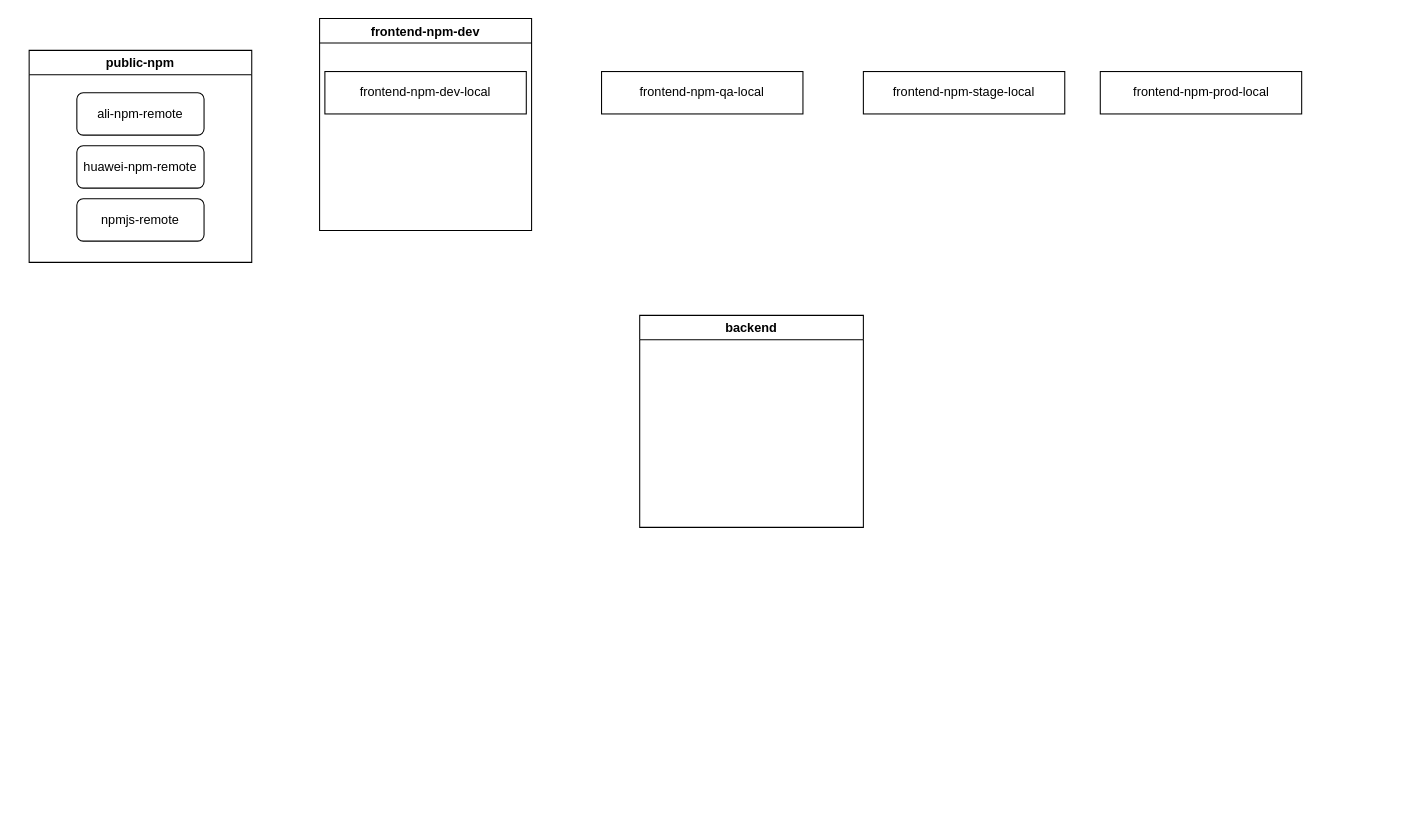
Above: 未命名绘图.drawio in PanC123/hello (draw.io), before the change. Source tidied: cells renumbered, new cells numbered last; positions are measured from the earlier drawing's top-left corner, leaving out a move shared by most shapes. Both pictures are drawn from the tidied source at 106%, with x=0, y=0 at pixel (29, 18).
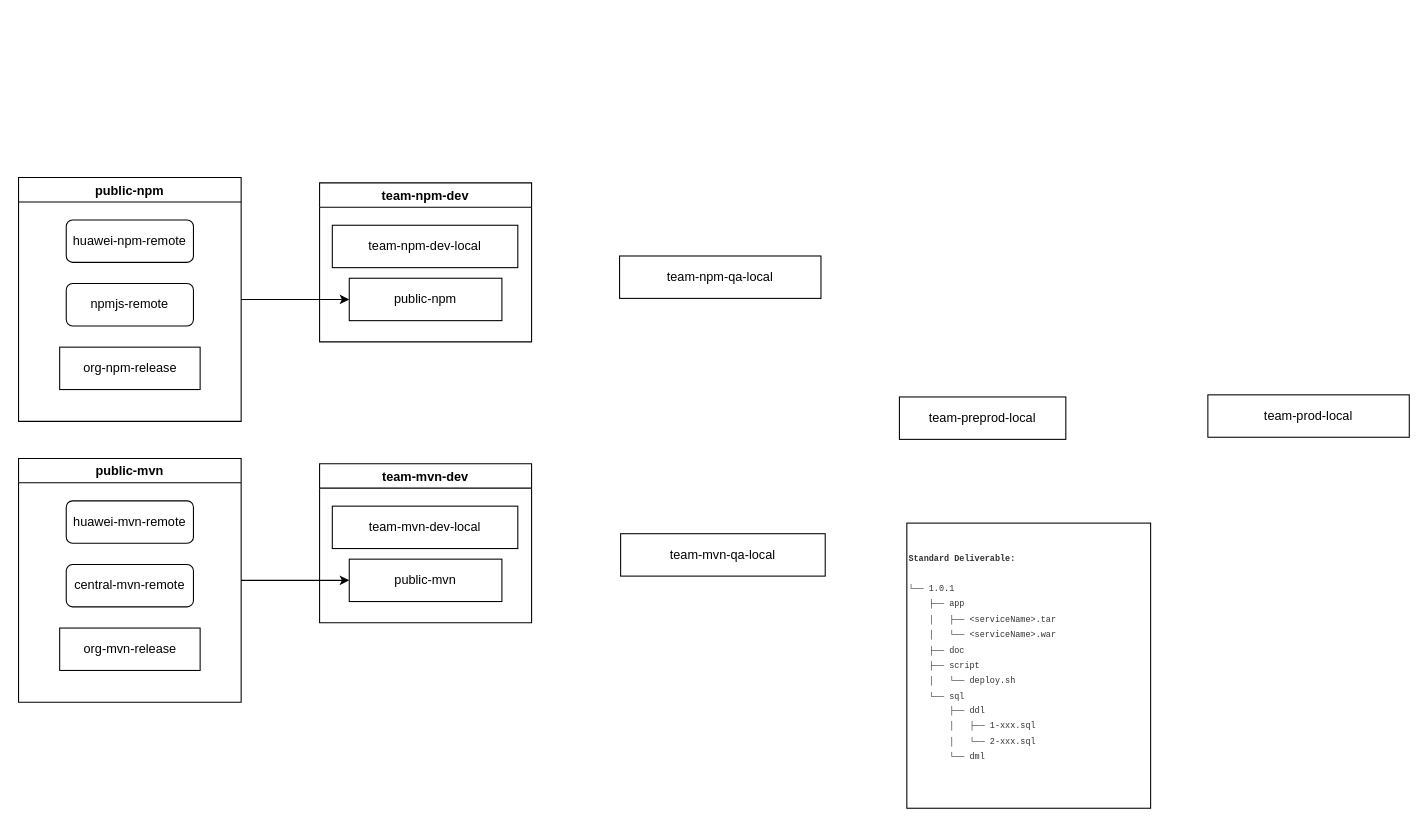
The same diagram, later.

Commit message:
更新未命名绘图.drawio

What changed in the source:
```diff
@@
-    <mxCell id="2" value="backend" style="swimlane;" parent="1" vertex="1">
-      <mxGeometry x="576" y="280" width="211" height="200" as="geometry" />
-    </mxCell>
-    <mxCell id="3" value="frontend-npm-dev" style="swimlane;" parent="1" vertex="1">
-      <mxGeometry x="274" width="200" height="200" as="geometry" />
+    <mxCell id="3" value="team-npm-dev" style="swimlane;" parent="1" vertex="1">
+      <mxGeometry x="274" y="155" width="200" height="150" as="geometry" />
     </mxCell>
-    <mxCell id="4" value="frontend-npm-dev-local" style="whiteSpace=wrap;html=1;" parent="3" vertex="1">
-      <mxGeometry x="5" y="50" width="190" height="40" as="geometry" />
+    <mxCell id="4" value="team-npm-dev-local" style="whiteSpace=wrap;html=1;" parent="3" vertex="1">
+      <mxGeometry x="12" y="40" width="175" height="40" as="geometry" />
     </mxCell>
+    <mxCell id="12" value="public-npm" style="whiteSpace=wrap;html=1;" parent="3" vertex="1">
+      <mxGeometry x="28" y="90" width="144" height="40" as="geometry" />
+    </mxCell>
+    <mxCell id="13" style="edgeStyle=orthogonalEdgeStyle;rounded=0;jettySize=auto;html=1;exitX=1;exitY=0.5;exitDx=0;exitDy=0;entryX=0;entryY=0.5;entryDx=0;entryDy=0;" parent="1" edge="1" source="5" target="12">
+      <mxGeometry relative="1" as="geometry" />
+    </mxCell>
     <mxCell id="5" value="public-npm" style="swimlane;startSize=23;" parent="1" vertex="1">
-      <mxGeometry y="30" width="210" height="200" as="geometry" />
+      <mxGeometry x="-10" y="150" width="210" height="230" as="geometry" />
     </mxCell>
-    <mxCell id="6" value="ali-npm-remote" style="rounded=1;whiteSpace=wrap;html=1;" parent="5" vertex="1">
-      <mxGeometry x="45" y="40" width="120" height="40" as="geometry" />
-    </mxCell>
     <mxCell id="7" value="huawei-npm-remote" style="rounded=1;whiteSpace=wrap;html=1;" parent="5" vertex="1">
-      <mxGeometry x="45" y="90" width="120" height="40" as="geometry" />
+      <mxGeometry x="45" y="40" width="120" height="40" as="geometry" />
     </mxCell>
     <mxCell id="8" value="npmjs-remote" style="rounded=1;whiteSpace=wrap;html=1;" parent="5" vertex="1">
-      <mxGeometry x="45" y="140" width="120" height="40" as="geometry" />
+      <mxGeometry x="45" y="100" width="120" height="40" as="geometry" />
     </mxCell>
-    <mxCell id="9" value="frontend-npm-qa-local" style="whiteSpace=wrap;html=1;" parent="1" vertex="1">
-      <mxGeometry x="540" y="50" width="190" height="40" as="geometry" />
-    </mxCell>
-    <mxCell id="10" value="frontend-npm-stage-local" style="whiteSpace=wrap;html=1;" parent="1" vertex="1">
-      <mxGeometry x="787" y="50" width="190" height="40" as="geometry" />
-    </mxCell>
-    <mxCell id="11" value="frontend-npm-prod-local" style="whiteSpace=wrap;html=1;" parent="1" vertex="1">
-      <mxGeometry x="1010.5" y="50" width="190" height="40" as="geometry" />
-    </mxCell>
+    <mxCell id="14" value="org-npm-release" style="whiteSpace=wrap;html=1;" parent="5" vertex="1">
+      <mxGeometry x="38.8" y="160" width="132.5" height="40" as="geometry" />
+    </mxCell>
+    <mxCell id="15" value="team-mvn-dev" style="swimlane;startSize=23;" parent="1" vertex="1">
+      <mxGeometry x="274" y="420" width="200" height="150" as="geometry" />
+    </mxCell>
+    <mxCell id="16" value="team-mvn-dev-local" style="whiteSpace=wrap;html=1;" parent="15" vertex="1">
+      <mxGeometry x="12" y="40" width="175" height="40" as="geometry" />
+    </mxCell>
+    <mxCell id="17" value="public-mvn" style="whiteSpace=wrap;html=1;" parent="15" vertex="1">
+      <mxGeometry x="28" y="90" width="144" height="40" as="geometry" />
+    </mxCell>
+    <mxCell id="18" style="edgeStyle=orthogonalEdgeStyle;rounded=0;jettySize=auto;html=1;exitX=1;exitY=0.5;exitDx=0;exitDy=0;entryX=0;entryY=0.5;entryDx=0;entryDy=0;" parent="1" edge="1" source="19" target="17">
+      <mxGeometry relative="1" as="geometry" />
+    </mxCell>
+    <mxCell id="19" value="public-mvn" style="swimlane;startSize=23;" parent="1" vertex="1">
+      <mxGeometry x="-10" y="415" width="210" height="230" as="geometry" />
+    </mxCell>
+    <mxCell id="20" value="huawei-mvn-remote" style="rounded=1;whiteSpace=wrap;html=1;" parent="19" vertex="1">
+      <mxGeometry x="45" y="40" width="120" height="40" as="geometry" />
+    </mxCell>
+    <mxCell id="21" value="central-mvn-remote" style="rounded=1;whiteSpace=wrap;html=1;" parent="19" vertex="1">
+      <mxGeometry x="45" y="100" width="120" height="40" as="geometry" />
+    </mxCell>
+    <mxCell id="22" value="org-mvn-release" style="whiteSpace=wrap;html=1;" parent="19" vertex="1">
+      <mxGeometry x="38.8" y="160" width="132.5" height="40" as="geometry" />
+    </mxCell>
+    <mxCell id="23" value="team-preprod-local" style="whiteSpace=wrap;html=1;" parent="1" vertex="1">
+      <mxGeometry x="821" y="357" width="157" height="40" as="geometry" />
+    </mxCell>
+    <mxCell id="24" value="team-prod-local" style="whiteSpace=wrap;html=1;" parent="1" vertex="1">
+      <mxGeometry x="1112" y="355" width="190" height="40" as="geometry" />
+    </mxCell>
+    <mxCell id="25" value="team-npm-qa-local" style="whiteSpace=wrap;html=1;" parent="1" vertex="1">
+      <mxGeometry x="557" y="224" width="190" height="40" as="geometry" />
+    </mxCell>
+    <mxCell id="26" value="team-mvn-qa-local" style="whiteSpace=wrap;html=1;" parent="1" vertex="1">
+      <mxGeometry x="558" y="486" width="193" height="40" as="geometry" />
+    </mxCell>
+    <mxCell id="27" value="&lt;font style=&quot;font-size: 8px;&quot;&gt;&lt;span style=&quot;font-family: &amp;quot;Courier New&amp;quot;; color: rgb(50, 50, 50); background-color: initial;&quot;&gt;&lt;b&gt;Standard Deliverable:&lt;br&gt;&lt;/b&gt;&lt;br&gt;└── 1.0.1&lt;/span&gt;&lt;br&gt;&lt;/font&gt;&lt;div style=&quot;resize: none; outline: none; color: rgb(50, 50, 50);&quot;&gt;&lt;div style=&quot;resize: none; outline: none;&quot;&gt;&lt;/div&gt;&lt;font style=&quot;font-size: 8px;&quot; face=&quot;Courier New&quot;&gt;&amp;nbsp;&amp;nbsp;&amp;nbsp;&amp;nbsp;├── app&lt;/font&gt;&lt;div style=&quot;resize: none; outline: none;&quot;&gt;&lt;/div&gt;&lt;font style=&quot;font-size: 8px;&quot; face=&quot;Courier New&quot;&gt;&amp;nbsp;&amp;nbsp;&amp;nbsp;&amp;nbsp;│&amp;nbsp;&amp;nbsp; ├── &amp;lt;serviceName&amp;gt;.tar&lt;/font&gt;&lt;div style=&quot;resize: none; outline: none;&quot;&gt;&lt;/div&gt;&lt;font style=&quot;font-size: 8px;&quot; face=&quot;Courier New&quot;&gt;&amp;nbsp;&amp;nbsp;&amp;nbsp;&amp;nbsp;│&amp;nbsp;&amp;nbsp; └── &amp;lt;serviceName&amp;gt;.war&lt;/font&gt;&lt;div style=&quot;resize: none; outline: none;&quot;&gt;&lt;/div&gt;&lt;font style=&quot;font-size: 8px;&quot; face=&quot;Courier New&quot;&gt;&amp;nbsp;&amp;nbsp;&amp;nbsp;&amp;nbsp;├── doc&lt;/font&gt;&lt;div style=&quot;resize: none; outline: none;&quot;&gt;&lt;/div&gt;&lt;font style=&quot;font-size: 8px;&quot; face=&quot;Courier New&quot;&gt;&amp;nbsp;&amp;nbsp;&amp;nbsp;&amp;nbsp;├── script&lt;/font&gt;&lt;div style=&quot;resize: none; outline: none;&quot;&gt;&lt;/div&gt;&lt;font style=&quot;font-size: 8px;&quot; face=&quot;Courier New&quot;&gt;&amp;nbsp;&amp;nbsp;&amp;nbsp;&amp;nbsp;│&amp;nbsp;&amp;nbsp; └── deploy.sh&lt;/font&gt;&lt;div style=&quot;resize: none; outline: none;&quot;&gt;&lt;/div&gt;&lt;font style=&quot;font-size: 8px;&quot; face=&quot;Courier New&quot;&gt;&amp;nbsp;&amp;nbsp;&amp;nbsp;&amp;nbsp;└── sql&lt;/font&gt;&lt;div style=&quot;resize: none; outline: none;&quot;&gt;&lt;/div&gt;&lt;font style=&quot;font-size: 8px;&quot; face=&quot;Courier New&quot;&gt;&amp;nbsp;&amp;nbsp;&amp;nbsp;&amp;nbsp;&amp;nbsp;&amp;nbsp;&amp;nbsp;&amp;nbsp;├── ddl&lt;/font&gt;&lt;div style=&quot;resize: none; outline: none;&quot;&gt;&lt;/div&gt;&lt;font style=&quot;font-size: 8px;&quot; face=&quot;Courier New&quot;&gt;&amp;nbsp;&amp;nbsp;&amp;nbsp;&amp;nbsp;&amp;nbsp;&amp;nbsp;&amp;nbsp;&amp;nbsp;│&amp;nbsp;&amp;nbsp; ├── 1-xxx.sql&lt;/font&gt;&lt;div style=&quot;resize: none; outline: none;&quot;&gt;&lt;/div&gt;&lt;font style=&quot;font-size: 8px;&quot; face=&quot;Courier New&quot;&gt;&amp;nbsp;&amp;nbsp;&amp;nbsp;&amp;nbsp;&amp;nbsp;&amp;nbsp;&amp;nbsp;&amp;nbsp;│&amp;nbsp;&amp;nbsp; └── 2-xxx.sql&lt;/font&gt;&lt;div style=&quot;resize: none; outline: none;&quot;&gt;&lt;/div&gt;&lt;font style=&quot;font-size: 8px;&quot; face=&quot;Courier New&quot;&gt;&amp;nbsp;&amp;nbsp;&amp;nbsp;&amp;nbsp;&amp;nbsp;&amp;nbsp;&amp;nbsp;&amp;nbsp;└── dml&lt;br&gt;&lt;/font&gt;&lt;/div&gt;&lt;div style=&quot;resize: none; outline: none; color: rgb(50, 50, 50);&quot;&gt;&lt;font size=&quot;3&quot; style=&quot;&quot; face=&quot;Courier New&quot;&gt;&amp;nbsp; &amp;nbsp;&amp;nbsp;&lt;/font&gt;&lt;/div&gt;" style="rounded=0;whiteSpace=wrap;html=1;align=left;" parent="1" vertex="1">
+      <mxGeometry x="828" y="476" width="230" height="269" as="geometry" />
+    </mxCell>
+    <mxCell id="28" style="edgeStyle=orthogonalEdgeStyle;rounded=0;orthogonalLoop=1;jettySize=auto;html=1;exitX=0.5;exitY=1;exitDx=0;exitDy=0;" parent="1" edge="1" source="27" target="27">
+      <mxGeometry relative="1" as="geometry" />
+    </mxCell>
```
